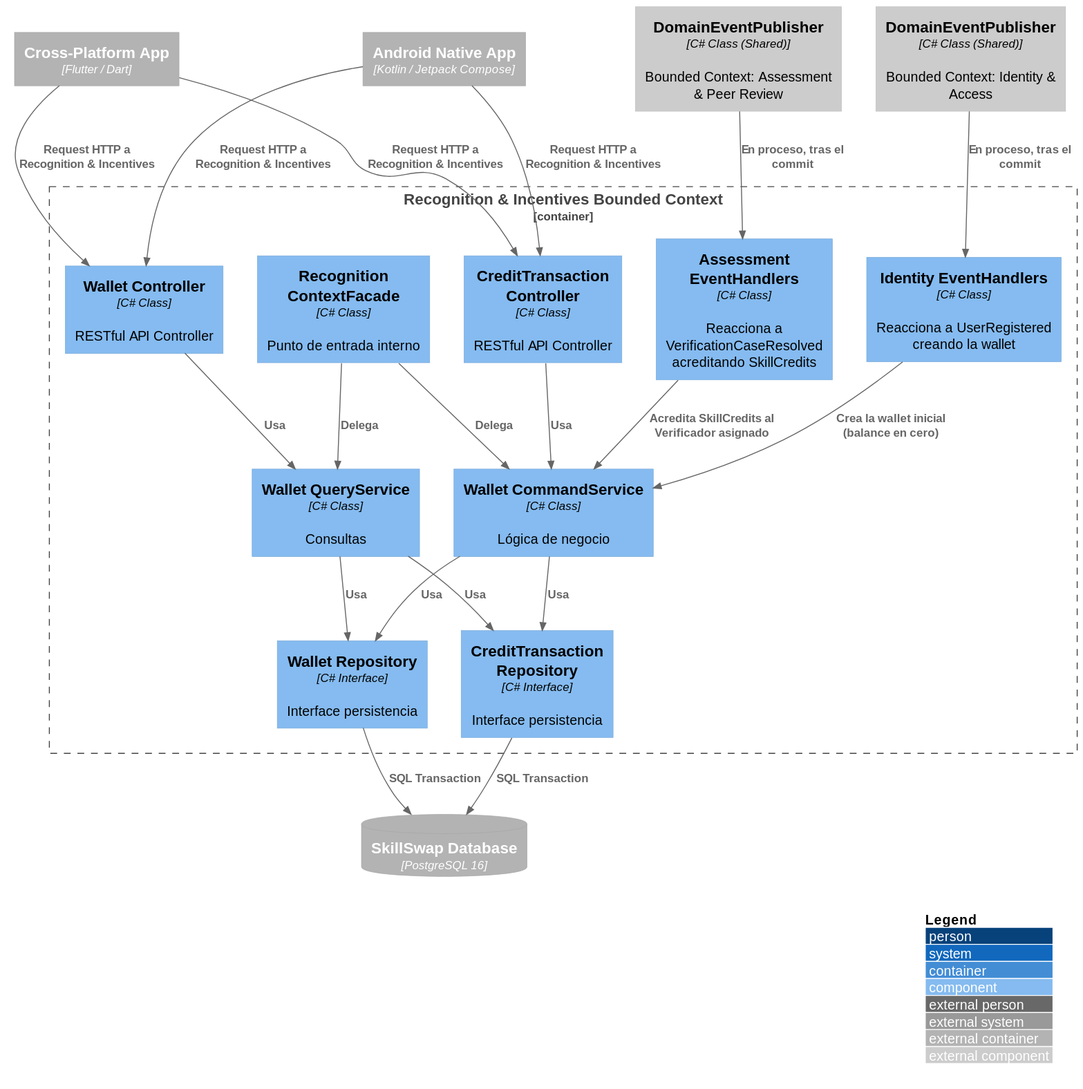
Earlier version of the PlantUML export images-doc/WalletIncentivesComponent.svg (Aplicaciones-Dispositivos-Moviles/SkillSwap-ProjectReport).
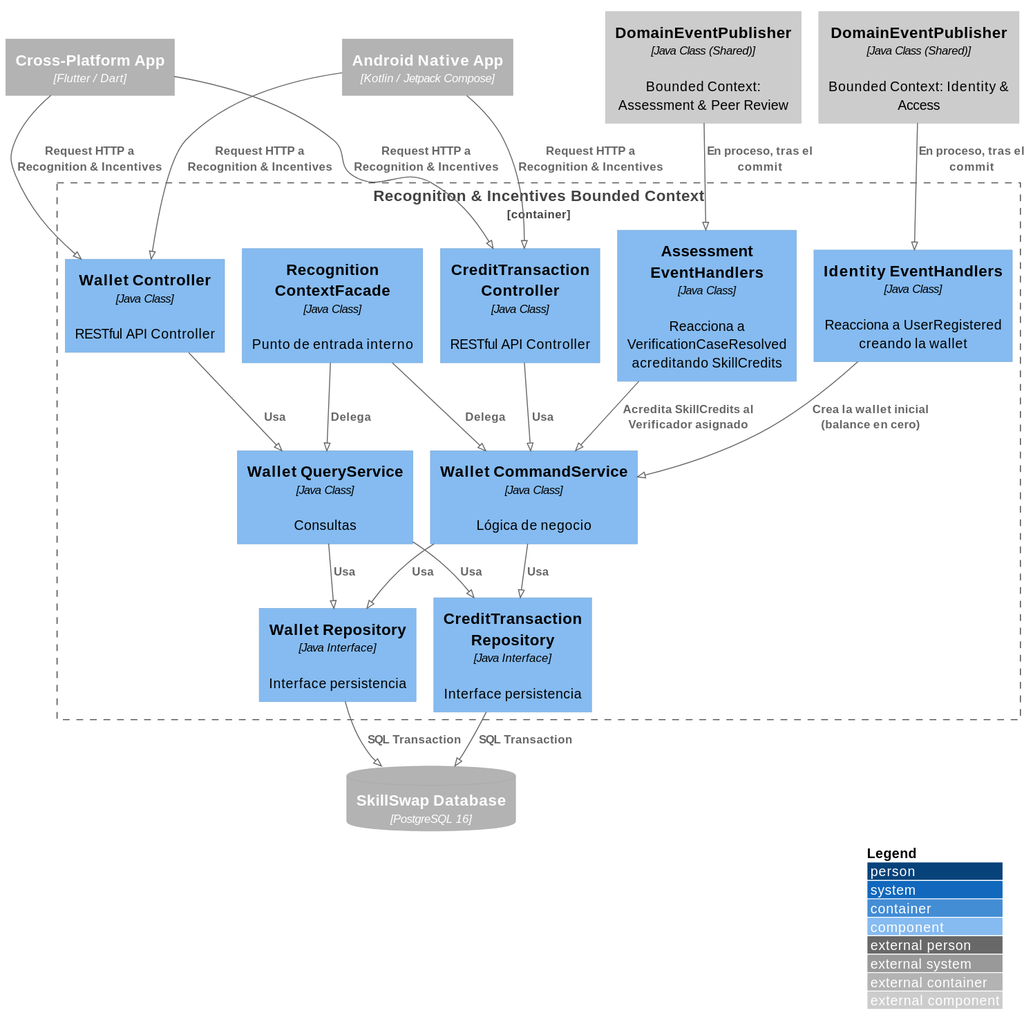
After the change.

Diff of the diagram source:
```diff
@@ -1,4 +1,5 @@
 @startuml
+!pragma layout smetana
 !include https://raw.githubusercontent.com/plantuml-stdlib/C4-PlantUML/master/C4_Component.puml
 
 LAYOUT_WITH_LEGEND()
@@ -8,19 +9,19 @@
 ContainerDb_Ext(mainDB, "SkillSwap Database", "PostgreSQL 16")
 
 Container_Boundary(recognitionBC, "Recognition & Incentives Bounded Context") {
-    Component(walletController, "Wallet Controller", "C# Class", "RESTful API Controller")
-    Component(creditTransactionController, "CreditTransaction Controller", "C# Class", "RESTful API Controller")
-    Component(walletCommandService, "Wallet CommandService", "C# Class", "Lógica de negocio")
-    Component(walletQueryService, "Wallet QueryService", "C# Class", "Consultas")
-    Component(identityEventHandlers, "Identity EventHandlers", "C# Class", "Reacciona a UserRegistered creando la wallet")
-    Component(assessmentEventHandlers, "Assessment EventHandlers", "C# Class", "Reacciona a VerificationCaseResolved acreditando SkillCredits")
-    Component(walletRepository, "Wallet Repository", "C# Interface", "Interface persistencia")
-    Component(creditTransactionRepository, "CreditTransaction Repository", "C# Interface", "Interface persistencia")
-    Component(recognitionContextFacade, "Recognition ContextFacade", "C# Class", "Punto de entrada interno")
+    Component(walletController, "Wallet Controller", "Java Class", "RESTful API Controller")
+    Component(creditTransactionController, "CreditTransaction Controller", "Java Class", "RESTful API Controller")
+    Component(walletCommandService, "Wallet CommandService", "Java Class", "Lógica de negocio")
+    Component(walletQueryService, "Wallet QueryService", "Java Class", "Consultas")
+    Component(identityEventHandlers, "Identity EventHandlers", "Java Class", "Reacciona a UserRegistered creando la wallet")
+    Component(assessmentEventHandlers, "Assessment EventHandlers", "Java Class", "Reacciona a VerificationCaseResolved acreditando SkillCredits")
+    Component(walletRepository, "Wallet Repository", "Java Interface", "Interface persistencia")
+    Component(creditTransactionRepository, "CreditTransaction Repository", "Java Interface", "Interface persistencia")
+    Component(recognitionContextFacade, "Recognition ContextFacade", "Java Class", "Punto de entrada interno")
 }
 
-Component_Ext(identityDomainEventPublisher, "DomainEventPublisher", "C# Class (Shared)", "Bounded Context: Identity & Access")
-Component_Ext(assessmentDomainEventPublisher, "DomainEventPublisher", "C# Class (Shared)", "Bounded Context: Assessment & Peer Review")
+Component_Ext(identityDomainEventPublisher, "DomainEventPublisher", "Java Class (Shared)", "Bounded Context: Identity & Access")
+Component_Ext(assessmentDomainEventPublisher, "DomainEventPublisher", "Java Class (Shared)", "Bounded Context: Assessment & Peer Review")
 
 Rel(androidApp, walletController, "Request HTTP a Recognition & Incentives")
 Rel(flutterApp, walletController, "Request HTTP a Recognition & Incentives")
```
